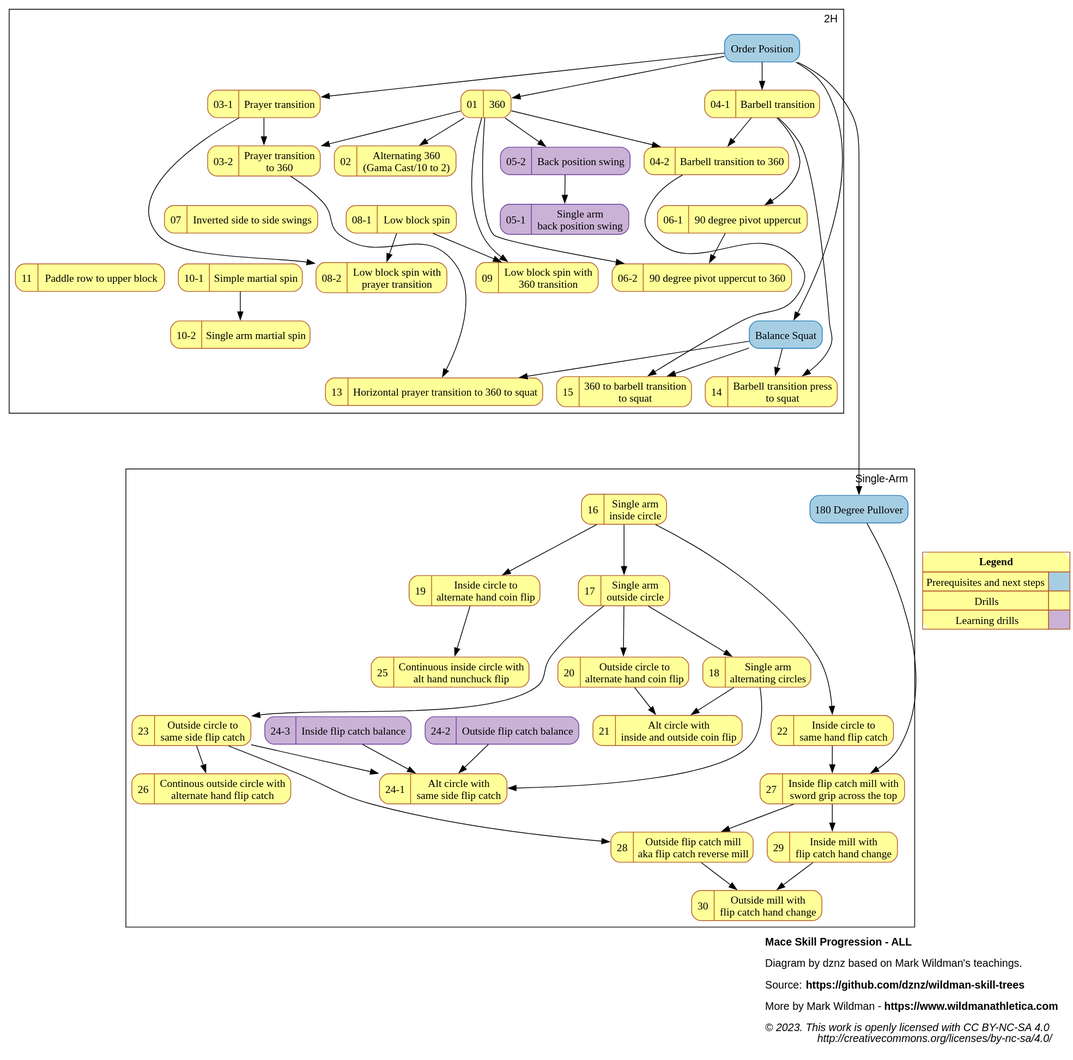
The PlantUML diagram dist/mace_progression_ALL.svg in dznz/wildman-skill-trees, before a commit. Its source is kept beside it as src/mace/mace_progression_ALL.puml.
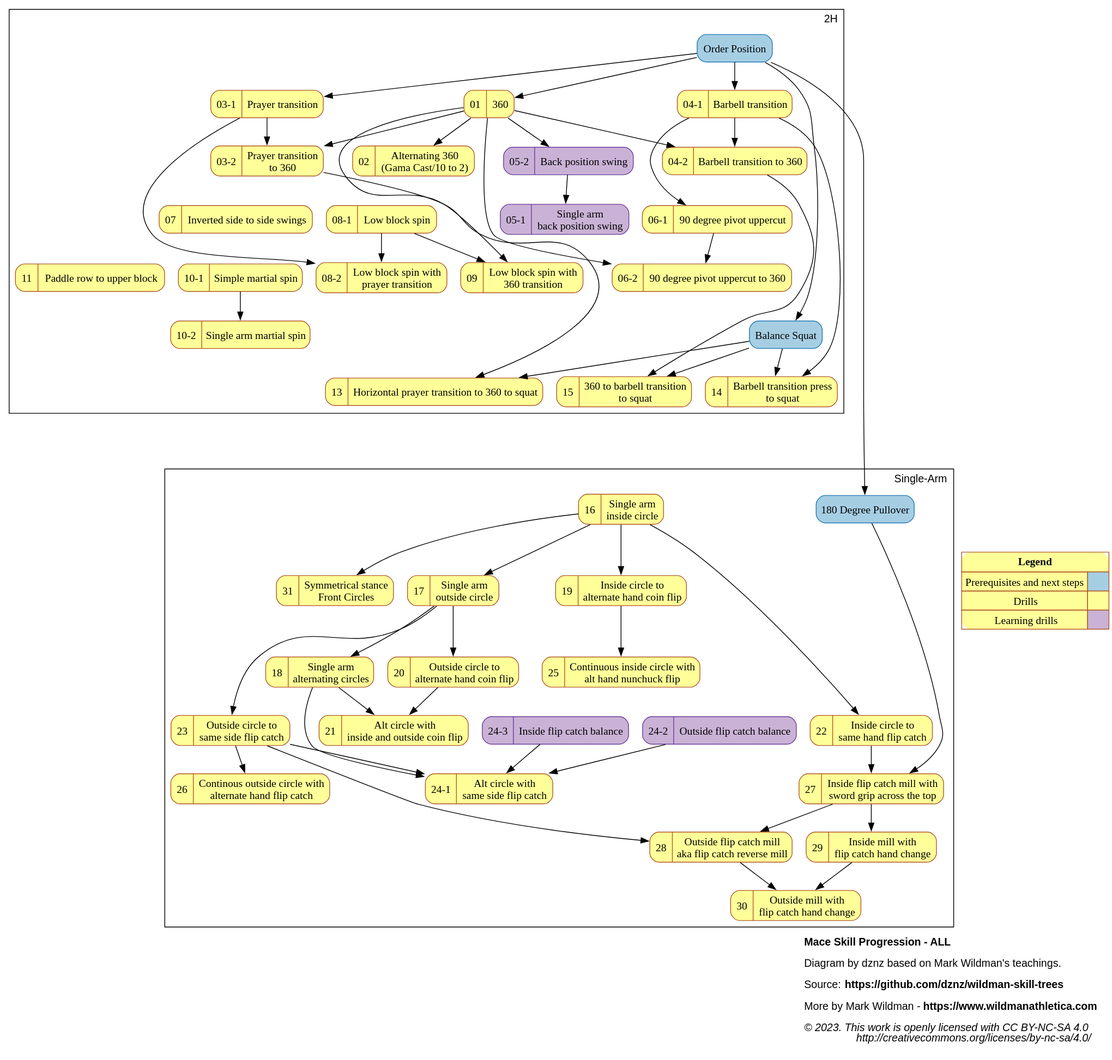
Above is the later version.

Commit message:
feat(mace_progression): add M-31

Diff of the diagram source:
```diff
@@ -74,6 +74,7 @@
 mov_28_outflipmill            [label="{{28  |Outside flip catch mill\naka flip catch reverse mill}}"     URL="https://www.youtube.com/watch?v=jKbelC2dZVo" ];
 mov_29_inmillwflip            [label="{{29  |Inside mill with\nflip catch hand change}}"                 URL="https://www.youtube.com/watch?v=Hmk80iWQHjM" ];
 mov_30_outmillwflip           [label="{{30  |Outside mill with\nflip catch hand change}}"                URL="https://www.youtube.com/watch?v=aIxKwvzj9Hk" ];
+mov_31_frcircle               [label="{{31  |Symmetrical stance\nFront Circles}}"                        URL="https://www.youtube.com/watch?v=ULozVN0nz_U" ];
 
 // LAYOUT HACKS
 
@@ -113,6 +114,8 @@
     {mov_23_outcircle2sameflip, mov_27_inflip180pull} -> mov_28_outflipmill
     mov_27_inflip180pull -> mov_29_inmillwflip
     {mov_28_outflipmill, mov_29_inmillwflip} -> mov_30_outmillwflip
+
+    mov_16_saincircle -> mov_31_frcircle;
 
     {rank=same; ext_180pull; mov_16_saincircle}
     {rank=same; mov_17_saoutcircle; mov_19_incircle2altcoin}
```
